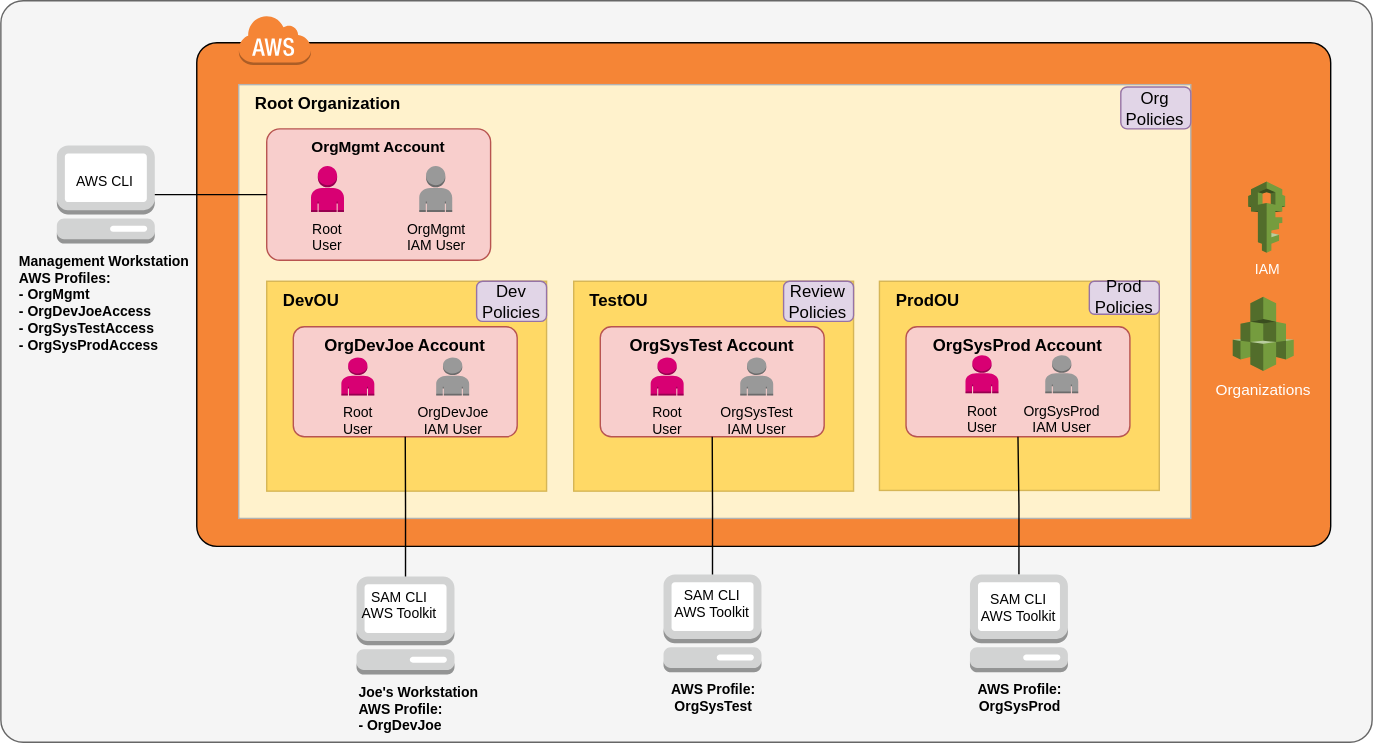
InSciCo/InSciCo keeps this draw.io diagram as docs/assets/img/AwsProdSetup.svg. Above is the earlier version. Source tidied: cells renumbered, new cells last; positions are measured from the earlier drawing's top-left corner, leaving out a move shared by most shapes.
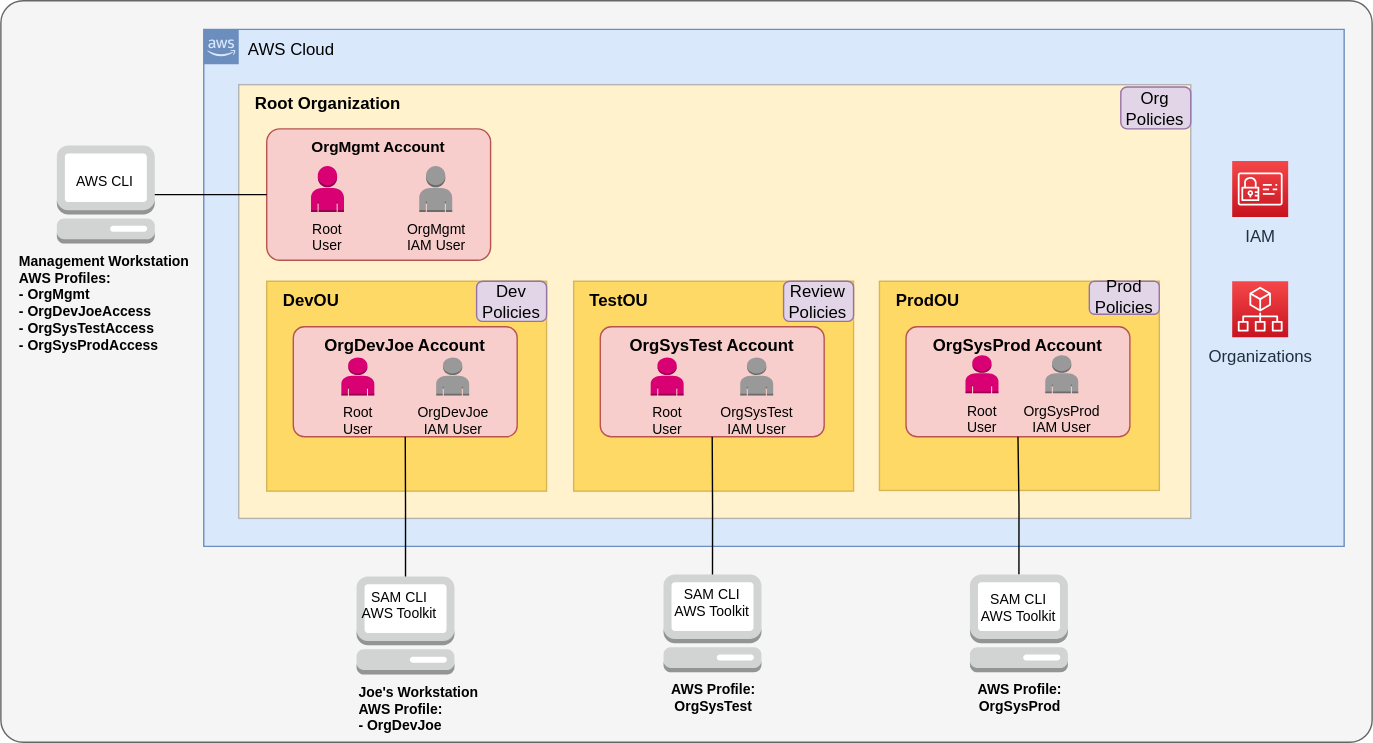
Above is the later version.

The edit, as a diff of the source:
```diff
@@ -5,9 +5,9 @@
     <mxCell id="2" style="rounded=1;whiteSpace=wrap;html=1;labelBackgroundColor=#ffffff;strokeWidth=1;fillColor=#f5f5f5;fontSize=10;fontColor=#333333;arcSize=3;strokeColor=#666666;" parent="1" vertex="1">
       <mxGeometry width="980" height="530" as="geometry" />
     </mxCell>
-    <mxCell id="3" style="rounded=1;arcSize=4;dashed=0;strokeWidth=1;fontSize=10;fillColor=#F58536;fontColor=#FFFFFF;" parent="1" vertex="1">
-      <mxGeometry x="140" y="30" width="810.4" height="360" as="geometry" />
-    </mxCell>
+    <mxCell id="49" value="AWS Cloud" style="html=1;whiteSpace=wrap;fontSize=12;fontStyle=0;shape=mxgraph.aws4.group;grIcon=mxgraph.aws4.group_aws_cloud_alt;strokeColor=#6c8ebf;fillColor=#dae8fc;verticalAlign=top;align=left;spacingLeft=30;dashed=0;" parent="1" vertex="1">
+      <mxGeometry x="145" y="20.5" width="815" height="369.5" as="geometry" />
+    </mxCell>
     <mxCell id="4" value="Root Organization" style="rounded=0;whiteSpace=wrap;html=1;fillColor=#fff2cc;verticalAlign=top;align=left;spacingLeft=10;fontStyle=1;strokeColor=#B3B3B3;" parent="1" vertex="1">
       <mxGeometry x="170" y="60" width="680.4" height="310" as="geometry" />
     </mxCell>
@@ -17,15 +17,6 @@
     <mxCell id="6" value="OrgMgmt Account" style="rounded=1;arcSize=10;dashed=0;fillColor=#f8cecc;strokeWidth=1;fontSize=11;strokeColor=#b85450;verticalAlign=top;fontStyle=1;" parent="1" vertex="1">
       <mxGeometry x="190" y="91.6" width="160" height="93.9" as="geometry" />
     </mxCell>
-    <mxCell id="7" style="dashed=0;html=1;shape=mxgraph.aws3.cloud;fillColor=#F58536;gradientColor=none;dashed=0;strokeWidth=1;fontSize=10;fontColor=#000000;" parent="1" vertex="1">
-      <mxGeometry x="169.7" y="10" width="52" height="36" as="geometry" />
-    </mxCell>
-    <mxCell id="8" value="IAM" style="dashed=0;verticalLabelPosition=bottom;verticalAlign=top;align=center;html=1;shape=mxgraph.aws3.iam;fillColor=#759C3E;gradientColor=none;fontSize=10;fontColor=#FFFFFF;" parent="1" vertex="1">
-      <mxGeometry x="891.4" y="129.2" width="26.4" height="51" as="geometry" />
-    </mxCell>
-    <mxCell id="9" value="Organizations" style="dashed=0;verticalLabelPosition=bottom;verticalAlign=top;align=center;html=1;shape=mxgraph.aws3.organizations;fillColor=#759C3E;gradientColor=none;strokeColor=#B3B3B3;strokeWidth=1;fontSize=11;fontColor=#FFFFFF;" parent="1" vertex="1">
-      <mxGeometry x="880.4" y="211.6" width="43.6" height="53" as="geometry" />
-    </mxCell>
     <mxCell id="10" value="Root&lt;br&gt;User" style="dashed=0;verticalLabelPosition=bottom;verticalAlign=top;align=center;html=1;shape=mxgraph.aws3.user;labelBackgroundColor=none;strokeWidth=1;fontSize=10;fillColor=#d80073;strokeColor=#A50040;" parent="1" vertex="1">
       <mxGeometry x="221.7" y="118.1" width="23.6" height="33" as="geometry" />
     </mxCell>
@@ -143,5 +134,11 @@
     <mxCell id="48" style="edgeStyle=orthogonalEdgeStyle;rounded=0;jettySize=auto;html=1;exitX=0.5;exitY=0;exitDx=0;exitDy=0;exitPerimeter=0;endArrow=none;endFill=0;fontColor=#FFFFFF;" parent="1" edge="1" source="35" target="26">
       <mxGeometry relative="1" as="geometry" />
     </mxCell>
+    <mxCell id="8" value="IAM" style="fontColor=#232F3E;gradientColor=#F54749;gradientDirection=north;fillColor=#C7131F;strokeColor=#ffffff;dashed=0;verticalLabelPosition=bottom;verticalAlign=top;align=center;html=1;fontSize=12;fontStyle=0;shape=mxgraph.aws4.resourceIcon;resIcon=mxgraph.aws4.identity_and_access_management;" parent="1" vertex="1">
+      <mxGeometry x="880" y="114.6" width="40" height="40" as="geometry" />
+    </mxCell>
+    <mxCell id="9" value="Organizations" style="fontColor=#232F3E;gradientColor=#F54749;gradientDirection=north;fillColor=#C7131F;strokeColor=#ffffff;dashed=0;verticalLabelPosition=bottom;verticalAlign=top;align=center;html=1;fontSize=12;fontStyle=0;shape=mxgraph.aws4.resourceIcon;resIcon=mxgraph.aws4.organizations;" parent="1" vertex="1">
+      <mxGeometry x="880" y="200.5" width="40" height="40" as="geometry" />
+    </mxCell>
   </root>
 </mxGraphModel>
```
